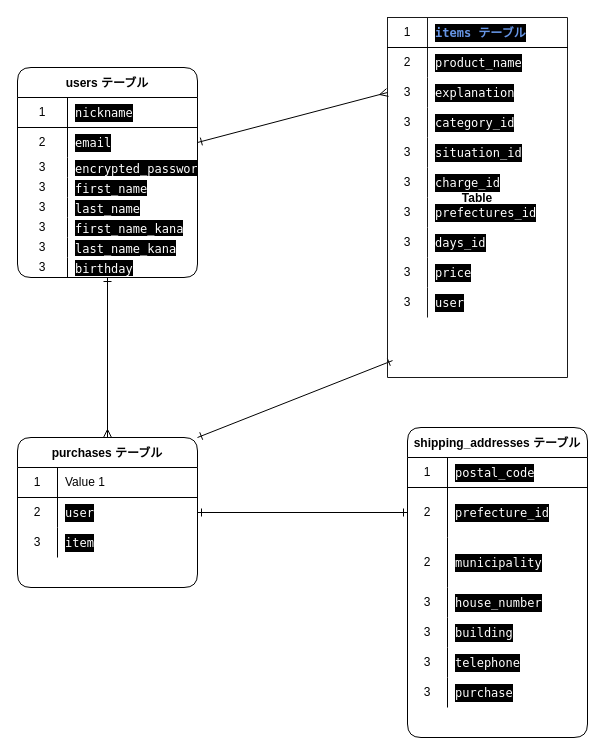
Above: er.dio in umeharaharuki/furima-37874 (draw.io), before the change. Source tidied: cells renumbered, new cells numbered last; positions are measured from the earlier drawing's top-left corner, leaving out a move shared by most shapes. Both pictures are drawn from the tidied source at 100%, with x=0, y=0 at pixel (17, 17).
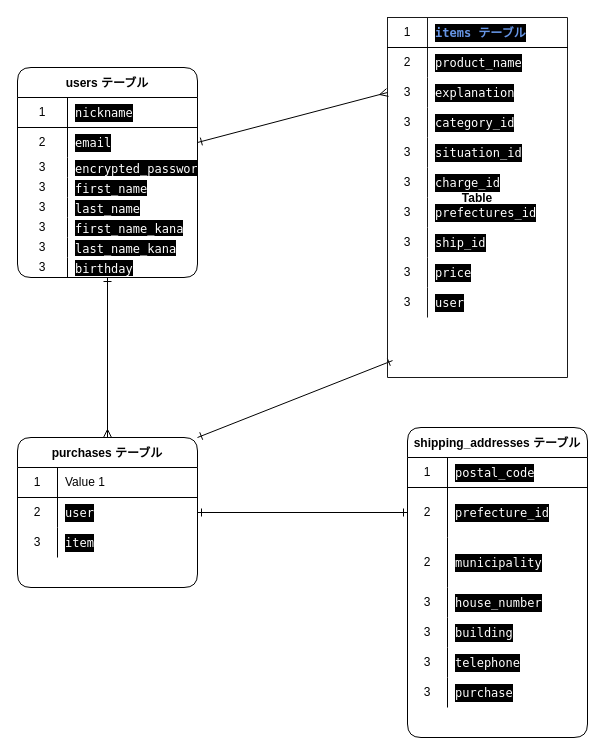
After the change.

Unchanged cells that the change refers to:
```xml
<mxCell id="51" style="shape=partialRectangle;html=1;whiteSpace=wrap;fillColor=none;top=0;left=0;bottom=0;right=0;rounded=1;" parent="29" vertex="1">
  <mxGeometry y="210" width="180" height="30" as="geometry" />
</mxCell>
```

Change to the diagram source:
```diff
@@
-    <mxCell id="53" value="&lt;div style=&quot;color: rgb(255 , 255 , 255) ; background-color: rgb(0 , 0 , 0) ; font-family: &amp;#34;menlo&amp;#34; , &amp;#34;monaco&amp;#34; , &amp;#34;courier new&amp;#34; , monospace ; line-height: 18px&quot;&gt;&lt;div style=&quot;font-family: &amp;#34;menlo&amp;#34; , &amp;#34;monaco&amp;#34; , &amp;#34;courier new&amp;#34; , monospace ; line-height: 18px&quot;&gt;&lt;div style=&quot;font-family: &amp;#34;menlo&amp;#34; , &amp;#34;monaco&amp;#34; , &amp;#34;courier new&amp;#34; , monospace ; line-height: 18px&quot;&gt;days_id&lt;/div&gt;&lt;/div&gt;&lt;/div&gt;" style="shape=partialRectangle;html=1;whiteSpace=wrap;fillColor=none;top=0;left=0;bottom=0;right=0;align=left;spacingLeft=6;overflow=hidden;rounded=1;" parent="51" vertex="1">
+    <mxCell id="53" value="&lt;div style=&quot;color: rgb(255 , 255 , 255) ; background-color: rgb(0 , 0 , 0) ; font-family: &amp;#34;menlo&amp;#34; , &amp;#34;monaco&amp;#34; , &amp;#34;courier new&amp;#34; , monospace ; line-height: 18px&quot;&gt;&lt;div style=&quot;font-family: &amp;#34;menlo&amp;#34; , &amp;#34;monaco&amp;#34; , &amp;#34;courier new&amp;#34; , monospace ; line-height: 18px&quot;&gt;&lt;div style=&quot;font-family: &amp;#34;menlo&amp;#34; , &amp;#34;monaco&amp;#34; , &amp;#34;courier new&amp;#34; , monospace ; line-height: 18px&quot;&gt;&lt;div style=&quot;font-family: &amp;#34;menlo&amp;#34; , &amp;#34;monaco&amp;#34; , &amp;#34;courier new&amp;#34; , monospace ; line-height: 18px&quot;&gt;ship_id&lt;/div&gt;&lt;/div&gt;&lt;/div&gt;&lt;/div&gt;" style="shape=partialRectangle;html=1;whiteSpace=wrap;fillColor=none;top=0;left=0;bottom=0;right=0;align=left;spacingLeft=6;overflow=hidden;rounded=1;" parent="51" vertex="1">
       <mxGeometry x="40" width="140" height="30" as="geometry" />
     </mxCell>
```
